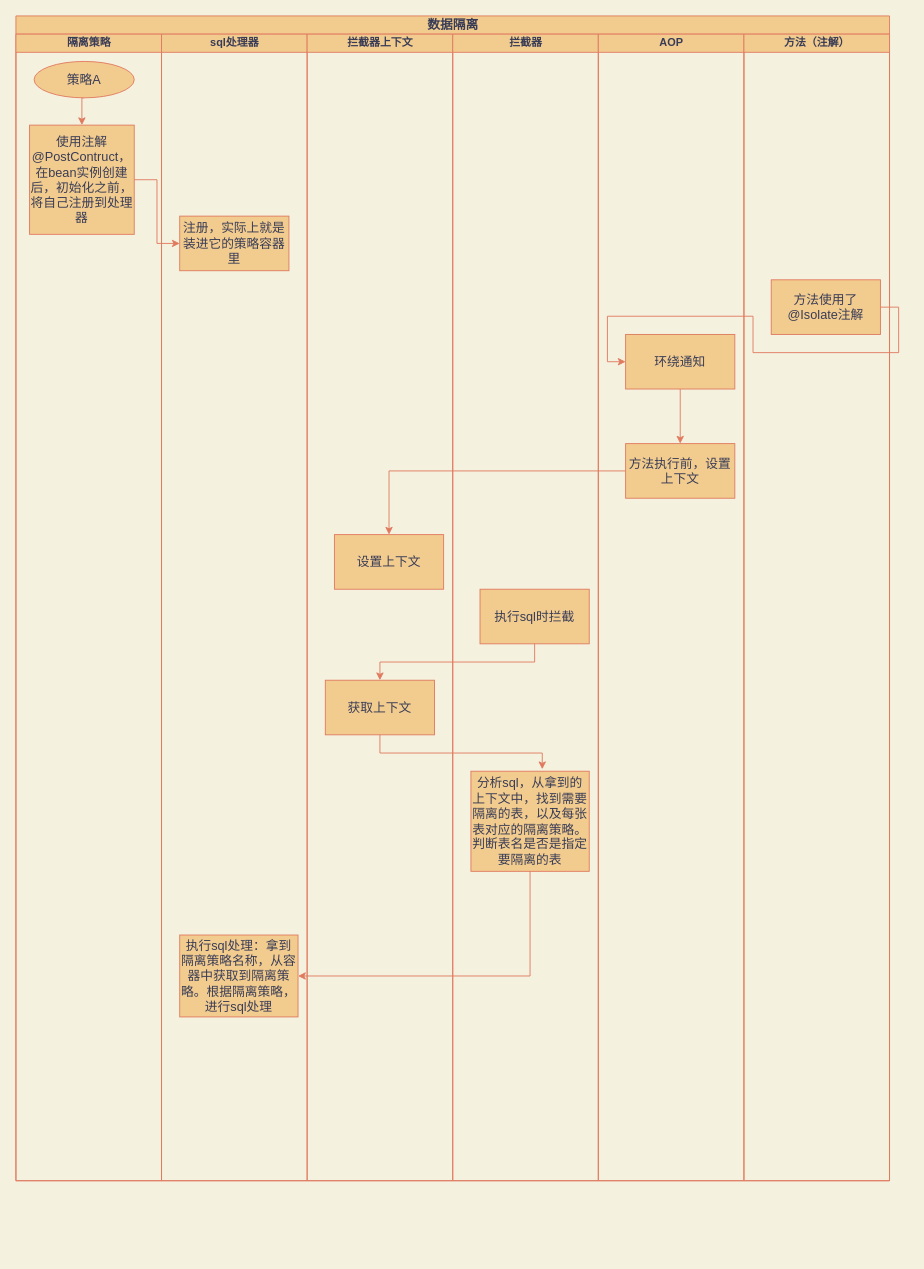
pipisay/projectExperiences keeps this draw.io diagram as 数据隔离.drawio. Above is the earlier version. Source tidied: cells renumbered, new cells numbered last; positions are measured from the earlier drawing's top-left corner, leaving out a move shared by most shapes. Both pictures are drawn from the tidied source at 91%, with x=0, y=0 at pixel (15, 15).
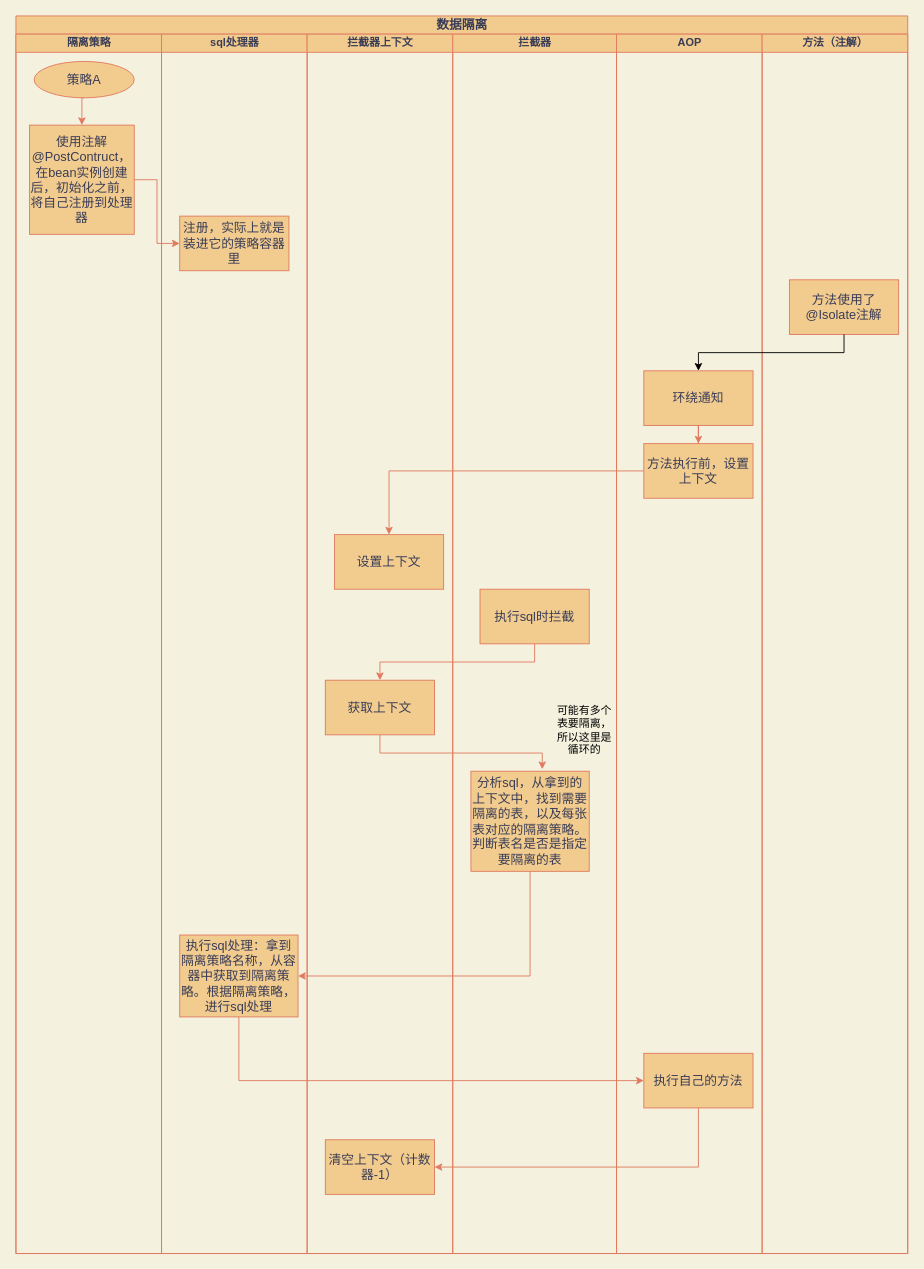
Above is the later version.

Commit message:
更新数据隔离.drawio

The change refers to these unchanged cells:
```xml
<mxCell id="9" value="执行sql处理：拿到隔离策略名称，从容器中获取到隔离策略。根据隔离策略，进行sql处理" style="rounded=0;whiteSpace=wrap;html=1;fontSize=14;fillColor=#F2CC8F;strokeColor=#E07A5F;fontColor=#393C56;" parent="7" vertex="1">
  <mxGeometry x="20" y="990" width="130" height="90" as="geometry" />
</mxCell>
<mxCell id="21" value="方法使用了@Isolate注解" style="rounded=0;whiteSpace=wrap;html=1;fontSize=14;fillColor=#F2CC8F;strokeColor=#E07A5F;fontColor=#393C56;" parent="20" vertex="1">
  <mxGeometry x="30" y="270" width="120" height="60" as="geometry" />
</mxCell>
```

The edit, as a diff of the source:
```diff
@@
     <mxCell id="2" value="&lt;font style=&quot;font-size: 14px&quot;&gt;数据隔离&lt;/font&gt;" style="swimlane;html=1;startSize=20;rounded=0;shadow=0;labelBackgroundColor=none;strokeWidth=1;fontFamily=Verdana;fontSize=8;align=center;fillColor=#F2CC8F;strokeColor=#E07A5F;fontColor=#393C56;" parent="1" vertex="1">
-      <mxGeometry width="960" height="1280" as="geometry" />
+      <mxGeometry width="980" height="1360" as="geometry" />
     </mxCell>
     <mxCell id="3" value="隔离策略" style="swimlane;html=1;startSize=20;fillColor=#F2CC8F;strokeColor=#E07A5F;fontColor=#393C56;" parent="2" vertex="1">
-      <mxGeometry y="20" width="160" height="1260" as="geometry" />
+      <mxGeometry y="20" width="160" height="1340" as="geometry" />
     </mxCell>
@@
     <mxCell id="7" value="sql处理器" style="swimlane;html=1;startSize=20;fillColor=#F2CC8F;strokeColor=#E07A5F;fontColor=#393C56;" parent="2" vertex="1">
-      <mxGeometry x="160" y="20" width="160" height="1260" as="geometry" />
+      <mxGeometry x="160" y="20" width="160" height="1340" as="geometry" />
     </mxCell>
@@
     <mxCell id="10" value="拦截器上下文" style="swimlane;html=1;startSize=20;fillColor=#F2CC8F;strokeColor=#E07A5F;fontColor=#393C56;" parent="2" vertex="1">
-      <mxGeometry x="320" y="20" width="160" height="1260" as="geometry" />
+      <mxGeometry x="320" y="20" width="160" height="1340" as="geometry" />
     </mxCell>
@@
+    <mxCell id="28" value="清空上下文（计数器-1）" style="rounded=0;whiteSpace=wrap;html=1;fillColor=#F2CC8F;strokeColor=#E07A5F;fontSize=14;fontColor=#393C56;" parent="10" vertex="1">
+      <mxGeometry x="20" y="1215" width="120" height="60" as="geometry" />
+    </mxCell>
     <mxCell id="13" value="拦截器" style="swimlane;html=1;startSize=20;fillColor=#F2CC8F;strokeColor=#E07A5F;fontColor=#393C56;" parent="2" vertex="1">
-      <mxGeometry x="480" y="20" width="160" height="1260" as="geometry" />
+      <mxGeometry x="480" y="20" width="180" height="1340" as="geometry" />
     </mxCell>
@@
+    <mxCell id="29" value="可能有多个表要隔离，所以这里是循环的" style="text;html=1;strokeColor=none;fillColor=none;align=center;verticalAlign=middle;whiteSpace=wrap;rounded=0;" parent="13" vertex="1">
+      <mxGeometry x="110" y="750" width="70" height="30" as="geometry" />
+    </mxCell>
     <mxCell id="16" value="AOP" style="swimlane;html=1;startSize=20;fillColor=#F2CC8F;strokeColor=#E07A5F;fontColor=#393C56;" parent="2" vertex="1">
-      <mxGeometry x="640" y="20" width="160" height="1260" as="geometry" />
+      <mxGeometry x="660" y="20" width="160" height="1340" as="geometry" />
     </mxCell>
@@
     <mxCell id="18" value="环绕通知" style="rounded=0;whiteSpace=wrap;html=1;fontSize=14;fillColor=#F2CC8F;strokeColor=#E07A5F;fontColor=#393C56;" parent="16" vertex="1">
-      <mxGeometry x="30" y="330" width="120" height="60" as="geometry" />
+      <mxGeometry x="30" y="370" width="120" height="60" as="geometry" />
     </mxCell>
@@
+    <mxCell id="30" value="执行自己的方法" style="rounded=0;whiteSpace=wrap;html=1;fillColor=#F2CC8F;strokeColor=#E07A5F;fontSize=14;fontColor=#393C56;" parent="16" vertex="1">
+      <mxGeometry x="30" y="1120" width="120" height="60" as="geometry" />
+    </mxCell>
     <mxCell id="20" value="方法（注解）" style="swimlane;html=1;startSize=20;fillColor=#F2CC8F;strokeColor=#E07A5F;fontColor=#393C56;" parent="2" vertex="1">
-      <mxGeometry x="800" y="20" width="160" height="1260" as="geometry" />
+      <mxGeometry x="820" y="20" width="160" height="1340" as="geometry" />
     </mxCell>
@@
-    <mxCell id="22" style="edgeStyle=orthogonalEdgeStyle;rounded=0;jettySize=auto;html=1;exitX=1;exitY=0.5;exitDx=0;exitDy=0;entryX=0;entryY=0.5;entryDx=0;entryDy=0;fontSize=14;labelBackgroundColor=#F4F1DE;strokeColor=#E07A5F;fontColor=#393C56;" parent="2" edge="1" source="21" target="18">
-      <mxGeometry relative="1" as="geometry" />
-    </mxCell>
@@
+    <mxCell id="22" style="edgeStyle=orthogonalEdgeStyle;rounded=0;jettySize=auto;html=1;exitX=0.5;exitY=1;exitDx=0;exitDy=0;entryX=0.5;entryY=0;entryDx=0;entryDy=0;" parent="2" edge="1" source="21" target="18">
+      <mxGeometry relative="1" as="geometry" />
+    </mxCell>
+    <mxCell id="31" style="edgeStyle=orthogonalEdgeStyle;rounded=0;jettySize=auto;html=1;exitX=0.5;exitY=1;exitDx=0;exitDy=0;entryX=0;entryY=0.5;entryDx=0;entryDy=0;labelBackgroundColor=#F4F1DE;fontSize=14;strokeColor=#E07A5F;fontColor=#393C56;" parent="2" edge="1" source="9" target="30">
+      <mxGeometry relative="1" as="geometry" />
+    </mxCell>
+    <mxCell id="32" style="edgeStyle=orthogonalEdgeStyle;rounded=0;jettySize=auto;html=1;exitX=0.5;exitY=1;exitDx=0;exitDy=0;entryX=1;entryY=0.5;entryDx=0;entryDy=0;labelBackgroundColor=#F4F1DE;fontSize=14;strokeColor=#E07A5F;fontColor=#393C56;" parent="2" edge="1" source="30" target="28">
+      <mxGeometry relative="1" as="geometry" />
+    </mxCell>
```
